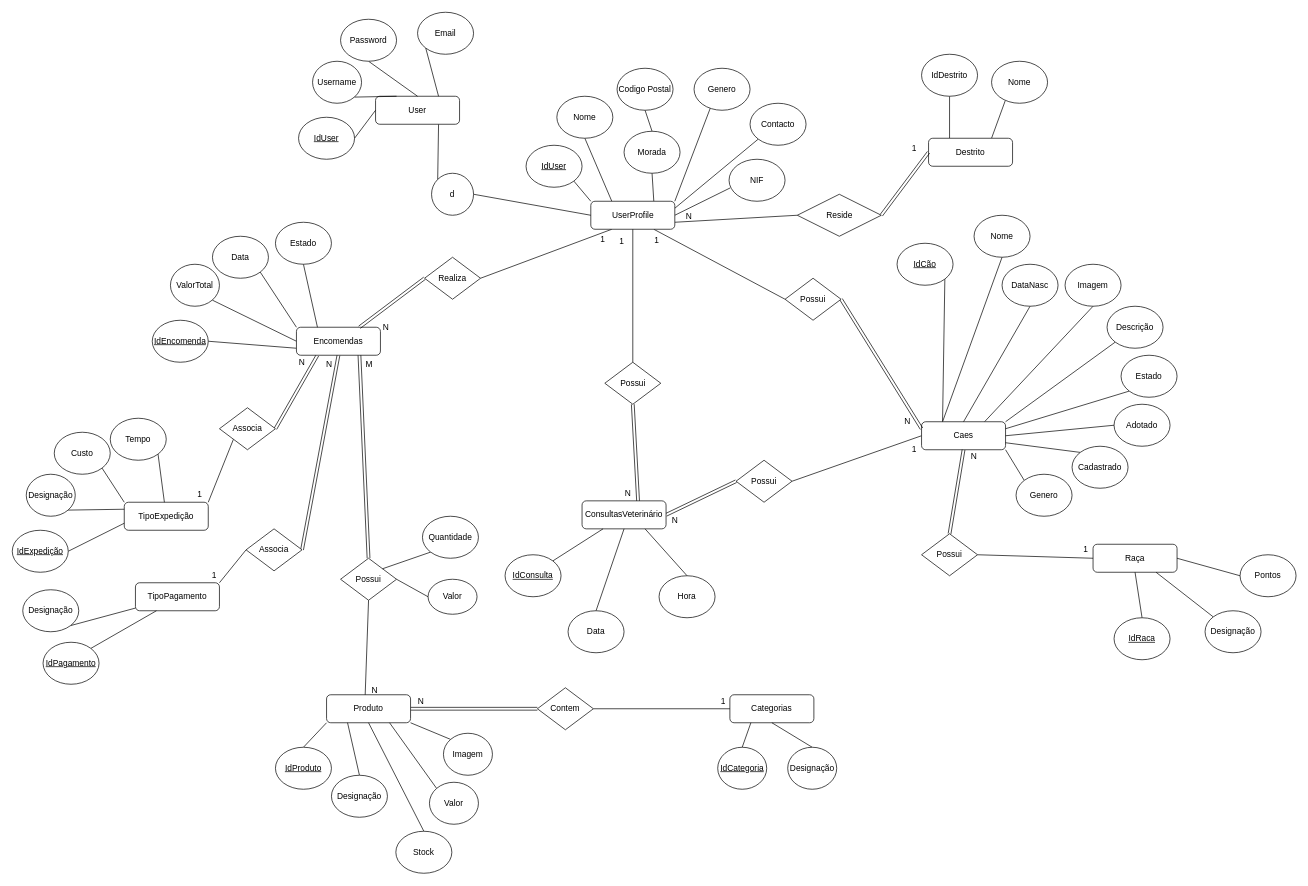
2201120/Projeto-SI keeps this draw.io diagram as Diagramas/Diagrama Entidade Relacionamento.drawio. Above is the earlier version. Source tidied: cells renumbered, new cells numbered last; positions are measured from the earlier drawing's top-left corner, leaving out a move shared by most shapes. Both pictures are drawn from the tidied source at 70%, with x=0, y=0 at pixel (12, 12).
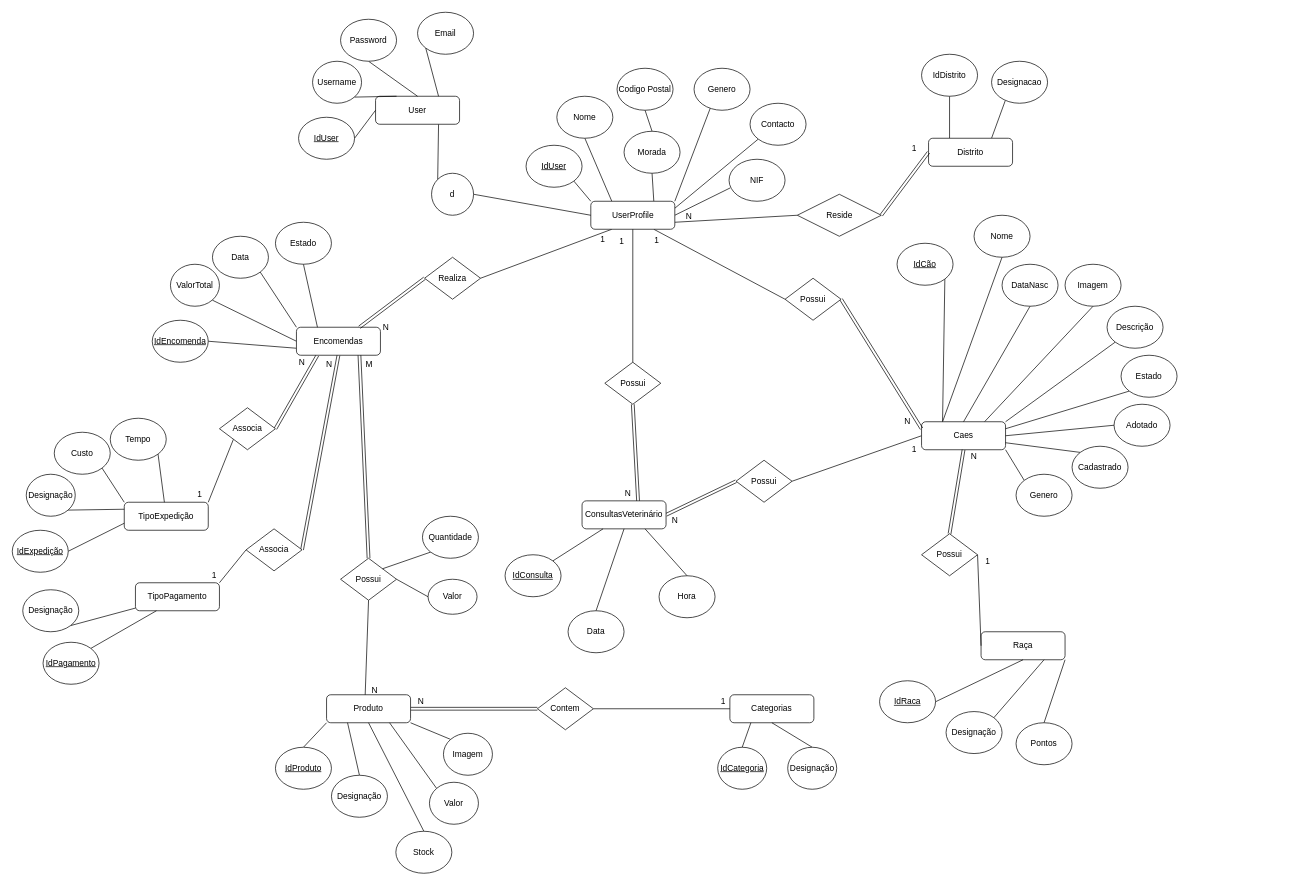
After the change.

What changed in the source:
```diff
@@
-    <mxCell id="32" value="Destrito" style="rounded=1;whiteSpace=wrap;html=1;fontSize=12;glass=0;strokeWidth=1;shadow=0;" parent="1" vertex="1">
+    <mxCell id="32" value="Distrito" style="rounded=1;whiteSpace=wrap;html=1;fontSize=12;glass=0;strokeWidth=1;shadow=0;" parent="1" vertex="1">
       <mxGeometry x="1309" y="180" width="120" height="40" as="geometry" />
     </mxCell>
-    <mxCell id="33" value="Nome" style="ellipse;whiteSpace=wrap;html=1;" parent="1" vertex="1">
+    <mxCell id="33" value="Designacao" style="ellipse;whiteSpace=wrap;html=1;" parent="1" vertex="1">
       <mxGeometry x="1399" y="70" width="80" height="60" as="geometry" />
     </mxCell>
-    <mxCell id="34" value="IdDestrito" style="ellipse;whiteSpace=wrap;html=1;" parent="1" vertex="1">
+    <mxCell id="34" value="IdDistrito" style="ellipse;whiteSpace=wrap;html=1;" parent="1" vertex="1">
       <mxGeometry x="1299" y="60" width="80" height="60" as="geometry" />
     </mxCell>
@@
     <mxCell id="101" value="Raça" style="rounded=1;whiteSpace=wrap;html=1;fontSize=12;glass=0;strokeWidth=1;shadow=0;" parent="1" vertex="1">
-      <mxGeometry x="1544" y="760" width="120" height="40" as="geometry" />
+      <mxGeometry x="1384" y="885" width="120" height="40" as="geometry" />
     </mxCell>
-    <mxCell id="102" style="edgeStyle=none;rounded=0;jettySize=auto;html=1;exitX=0;exitY=0.5;exitDx=0;exitDy=0;entryX=1;entryY=0.5;entryDx=0;entryDy=0;endArrow=none;endFill=0;" parent="1" edge="1" source="103" target="101">
+    <mxCell id="102" style="edgeStyle=none;rounded=0;jettySize=auto;html=1;exitX=0.5;exitY=0;exitDx=0;exitDy=0;entryX=1;entryY=1;entryDx=0;entryDy=0;endArrow=none;endFill=0;" parent="1" edge="1" source="103" target="101">
       <mxGeometry relative="1" as="geometry" />
     </mxCell>
     <mxCell id="103" value="Pontos" style="ellipse;whiteSpace=wrap;html=1;" parent="1" vertex="1">
-      <mxGeometry x="1754" y="775" width="80" height="60" as="geometry" />
+      <mxGeometry x="1434" y="1015" width="80" height="60" as="geometry" />
     </mxCell>
-    <mxCell id="104" style="edgeStyle=none;rounded=0;jettySize=auto;html=1;exitX=0;exitY=0;exitDx=0;exitDy=0;entryX=0.75;entryY=1;entryDx=0;entryDy=0;endArrow=none;endFill=0;" parent="1" edge="1" source="105" target="101">
+    <mxCell id="104" style="edgeStyle=none;rounded=0;jettySize=auto;html=1;exitX=1;exitY=0;exitDx=0;exitDy=0;entryX=0.75;entryY=1;entryDx=0;entryDy=0;endArrow=none;endFill=0;" parent="1" edge="1" source="105" target="101">
       <mxGeometry relative="1" as="geometry" />
     </mxCell>
     <mxCell id="105" value="Designação" style="ellipse;whiteSpace=wrap;html=1;" parent="1" vertex="1">
-      <mxGeometry x="1704" y="855" width="80" height="60" as="geometry" />
+      <mxGeometry x="1334" y="999" width="80" height="60" as="geometry" />
     </mxCell>
-    <mxCell id="106" style="edgeStyle=none;rounded=0;jettySize=auto;html=1;exitX=0.5;exitY=0;exitDx=0;exitDy=0;entryX=0.5;entryY=1;entryDx=0;entryDy=0;endArrow=none;endFill=0;" parent="1" edge="1" source="107" target="101">
+    <mxCell id="106" style="edgeStyle=none;rounded=0;jettySize=auto;html=1;exitX=1;exitY=0.5;exitDx=0;exitDy=0;entryX=0.5;entryY=1;entryDx=0;entryDy=0;endArrow=none;endFill=0;" parent="1" edge="1" source="107" target="101">
       <mxGeometry relative="1" as="geometry" />
     </mxCell>
     <mxCell id="107" value="&lt;u&gt;IdRaca&lt;/u&gt;" style="ellipse;whiteSpace=wrap;html=1;" parent="1" vertex="1">
-      <mxGeometry x="1574" y="865" width="80" height="60" as="geometry" />
+      <mxGeometry x="1239" y="955" width="80" height="60" as="geometry" />
     </mxCell>
@@
     <mxCell id="143" value="1" style="text;html=1;strokeColor=none;fillColor=none;align=center;verticalAlign=middle;whiteSpace=wrap;rounded=0;" parent="1" vertex="1">
-      <mxGeometry x="1504" y="753" width="60" height="30" as="geometry" />
+      <mxGeometry x="1364" y="770" width="60" height="30" as="geometry" />
     </mxCell>
```
